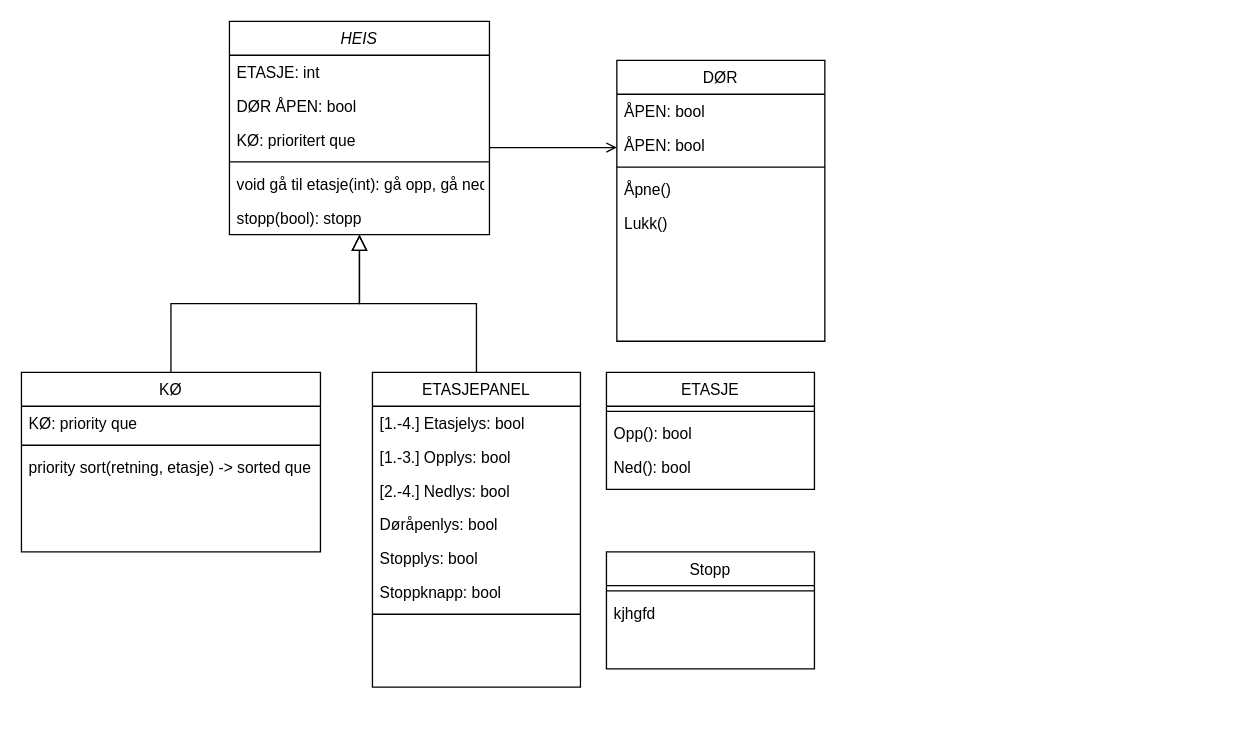
Earlier version of the draw.io diagram Untitled Diagram.drawio (Mariusrena/TTK4235). Source tidied: cells renumbered, new cells numbered last; positions are measured from the earlier drawing's top-left corner, leaving out a move shared by most shapes. Both pictures are drawn from the tidied source at 130%, with x=0, y=0 at pixel (21, 21).
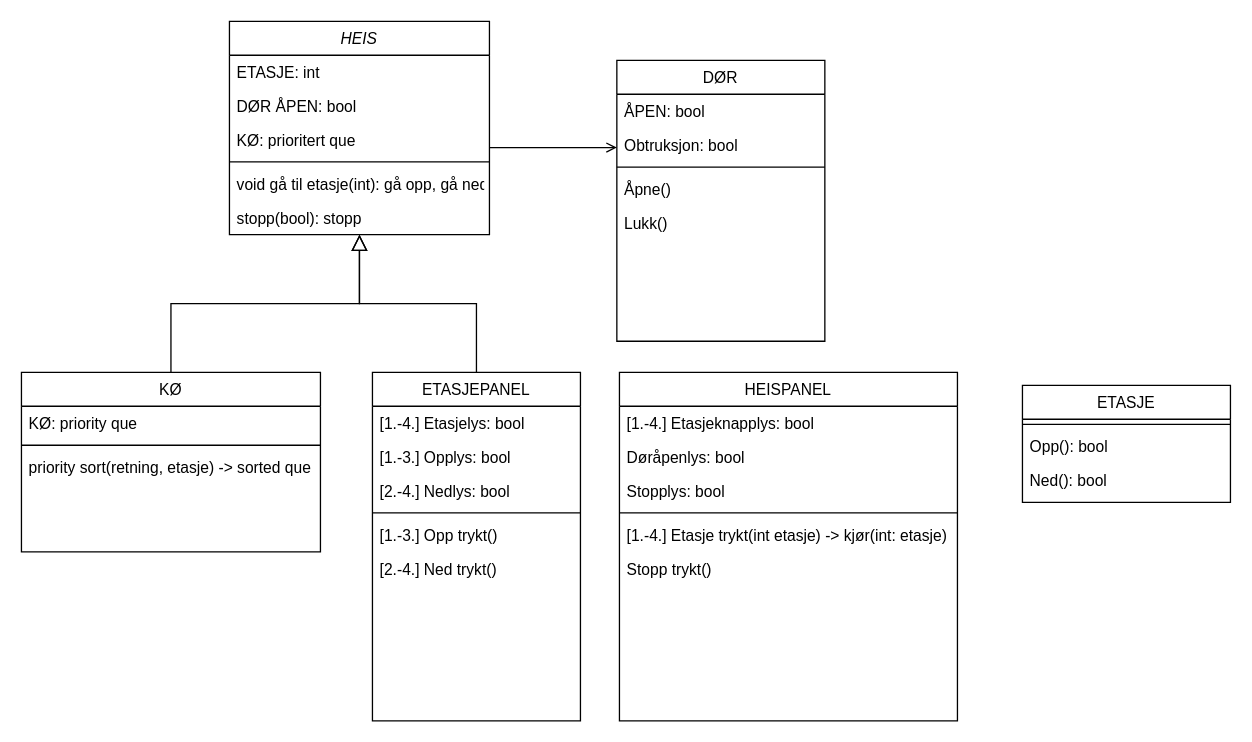
Above is the later version.

The change refers to these unchanged cells:
```xml
<mxCell id="23" value="DØR" style="swimlane;fontStyle=0;align=center;verticalAlign=top;horizontal=1;startSize=26;rounded=0;shadow=0;strokeWidth=1;" parent="1" vertex="1">
  <mxGeometry x="458" y="30" width="160" height="216" as="geometry" />
</mxCell>
```

Diff of the diagram source:
```diff
@@
     <mxCell id="14" value="ETASJEPANEL" style="swimlane;fontStyle=0;align=center;verticalAlign=top;horizontal=1;startSize=26;rounded=0;shadow=0;strokeWidth=1;" parent="1" vertex="1">
-      <mxGeometry x="270" y="270" width="160" height="242" as="geometry" />
+      <mxGeometry x="270" y="270" width="160" height="268" as="geometry" />
     </mxCell>
@@
-    <mxCell id="18" value="Døråpenlys: bool" style="text;align=left;verticalAlign=top;spacingLeft=4;spacingRight=4;overflow=hidden;" parent="14" vertex="1">
-      <mxGeometry y="104" width="160" height="26" as="geometry" />
-    </mxCell>
-    <mxCell id="19" value="Stopplys: bool" style="text;align=left;verticalAlign=top;spacingLeft=4;spacingRight=4;overflow=hidden;" parent="14" vertex="1">
-      <mxGeometry y="130" width="160" height="26" as="geometry" />
-    </mxCell>
-    <mxCell id="20" value="Stoppknapp: bool" style="text;align=left;verticalAlign=top;spacingLeft=4;spacingRight=4;overflow=hidden;" parent="14" vertex="1">
-      <mxGeometry y="156" width="160" height="26" as="geometry" />
-    </mxCell>
     <mxCell id="21" style="line;html=1;strokeWidth=1;align=left;verticalAlign=middle;spacingTop=-1;spacingLeft=3;spacingRight=3;labelPosition=right;" parent="14" vertex="1">
-      <mxGeometry y="182" width="160" height="8" as="geometry" />
+      <mxGeometry y="104" width="160" height="8" as="geometry" />
     </mxCell>
+    <mxCell id="37" value="[1.-3.] Opp trykt()" style="text;align=left;verticalAlign=top;spacingLeft=4;spacingRight=4;overflow=hidden;" parent="14" vertex="1">
+      <mxGeometry y="112" width="160" height="26" as="geometry" />
+    </mxCell>
+    <mxCell id="38" value="[2.-4.] Ned trykt()" style="text;align=left;verticalAlign=top;spacingLeft=4;spacingRight=4;overflow=hidden;" parent="14" vertex="1">
+      <mxGeometry y="138" width="160" height="26" as="geometry" />
+    </mxCell>
@@
-    <mxCell id="25" value="ÅPEN: bool" style="text;align=left;verticalAlign=top;spacingLeft=4;spacingRight=4;overflow=hidden;rounded=0;shadow=0;html=0;" parent="23" vertex="1">
+    <mxCell id="25" value="Obtruksjon: bool" style="text;align=left;verticalAlign=top;spacingLeft=4;spacingRight=4;overflow=hidden;rounded=0;shadow=0;html=0;" parent="23" vertex="1">
       <mxGeometry y="52" width="160" height="26" as="geometry" />
     </mxCell>
@@
     <mxCell id="30" value="ETASJE" style="swimlane;fontStyle=0;align=center;verticalAlign=top;horizontal=1;startSize=26;rounded=0;shadow=0;strokeWidth=1;" parent="1" vertex="1">
-      <mxGeometry x="450" y="270" width="160" height="90" as="geometry" />
+      <mxGeometry x="770" y="280" width="160" height="90" as="geometry" />
     </mxCell>
@@
-    <mxCell id="34" value="Stopp" style="swimlane;fontStyle=0;align=center;verticalAlign=top;horizontal=1;startSize=26;rounded=0;shadow=0;strokeWidth=1;" parent="1" vertex="1">
-      <mxGeometry x="450" y="408" width="160" height="90" as="geometry" />
-    </mxCell>
-    <mxCell id="35" style="line;html=1;strokeWidth=1;align=left;verticalAlign=middle;spacingTop=-1;spacingLeft=3;spacingRight=3;labelPosition=right;" parent="34" vertex="1">
-      <mxGeometry y="26" width="160" height="8" as="geometry" />
-    </mxCell>
-    <mxCell id="36" value="kjhgfd" style="text;align=left;verticalAlign=top;spacingLeft=4;spacingRight=4;overflow=hidden;" parent="34" vertex="1">
-      <mxGeometry y="34" width="160" height="26" as="geometry" />
-    </mxCell>
+    <mxCell id="39" value="HEISPANEL" style="swimlane;fontStyle=0;align=center;verticalAlign=top;horizontal=1;startSize=26;rounded=0;shadow=0;strokeWidth=1;" parent="1" vertex="1">
+      <mxGeometry x="460" y="270" width="260" height="268" as="geometry" />
+    </mxCell>
+    <mxCell id="40" value="[1.-4.] Etasjeknapplys: bool" style="text;align=left;verticalAlign=top;spacingLeft=4;spacingRight=4;overflow=hidden;" parent="39" vertex="1">
+      <mxGeometry y="26" width="260" height="26" as="geometry" />
+    </mxCell>
+    <mxCell id="18" value="Døråpenlys: bool" style="text;align=left;verticalAlign=top;spacingLeft=4;spacingRight=4;overflow=hidden;" parent="39" vertex="1">
+      <mxGeometry y="52" width="260" height="26" as="geometry" />
+    </mxCell>
+    <mxCell id="19" value="Stopplys: bool" style="text;align=left;verticalAlign=top;spacingLeft=4;spacingRight=4;overflow=hidden;" parent="39" vertex="1">
+      <mxGeometry y="78" width="260" height="26" as="geometry" />
+    </mxCell>
+    <mxCell id="41" style="line;html=1;strokeWidth=1;align=left;verticalAlign=middle;spacingTop=-1;spacingLeft=3;spacingRight=3;labelPosition=right;" parent="39" vertex="1">
+      <mxGeometry y="104" width="260" height="8" as="geometry" />
+    </mxCell>
+    <mxCell id="42" value="[1.-4.] Etasje trykt(int etasje) -&gt; kjør(int: etasje)" style="text;align=left;verticalAlign=top;spacingLeft=4;spacingRight=4;overflow=hidden;" parent="39" vertex="1">
+      <mxGeometry y="112" width="260" height="26" as="geometry" />
+    </mxCell>
+    <mxCell id="43" value="Stopp trykt()" style="text;align=left;verticalAlign=top;spacingLeft=4;spacingRight=4;overflow=hidden;" parent="39" vertex="1">
+      <mxGeometry y="138" width="260" height="26" as="geometry" />
+    </mxCell>
```
